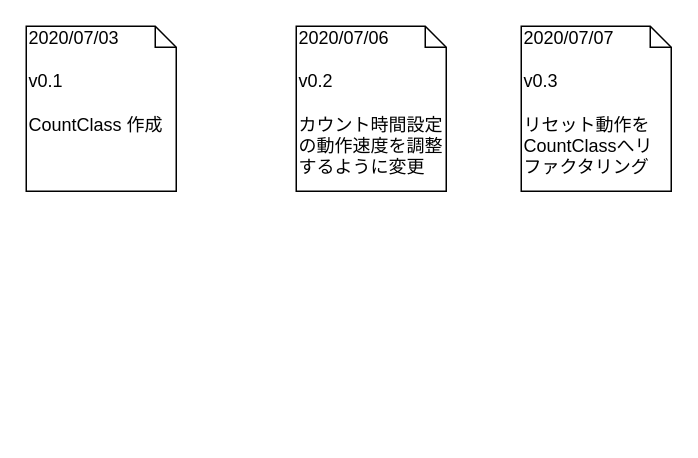
Earlier version of the draw.io diagram page "変更履歴" (7 of 7) of 資料/設計/フローチャート/CountClass/flowchart_CountClass_v0.3.drawio (hakohumi/comp.Kitchen_Timer). Source tidied: cells renumbered, new cells numbered last; positions are measured from the earlier drawing's top-left corner, leaving out a move shared by most shapes. Both pictures are drawn from the tidied source at 150%, with x=0, y=0 at pixel (26, 26).
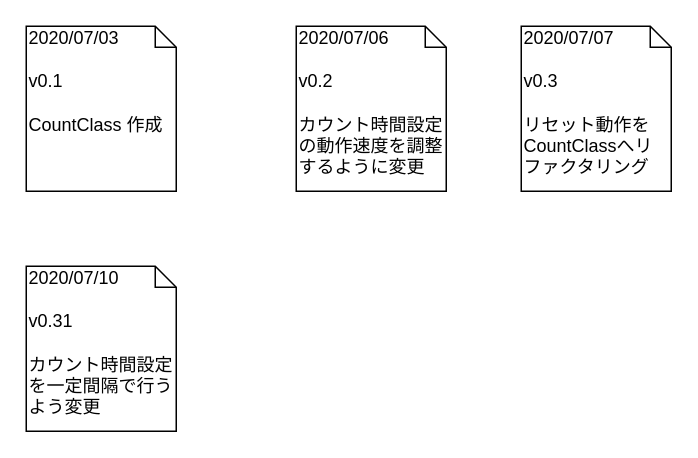
After the change.

Diff of the diagram source:
```diff
@@
 <mxGraphModel>
   <root>
     <mxCell id="0" />
     <mxCell id="1" parent="0" />
     <mxCell id="2" value="2020/07/03&lt;br&gt;&lt;br&gt;v0.1&lt;br&gt;&lt;br&gt;CountClass 作成" style="shape=note;whiteSpace=wrap;html=1;size=14;verticalAlign=top;align=left;spacingTop=-6;" parent="1" vertex="1">
       <mxGeometry width="100" height="110" as="geometry" />
     </mxCell>
     <mxCell id="3" value="2020/07/06&lt;br&gt;&lt;br&gt;v0.2&lt;br&gt;&lt;br&gt;カウント時間設定の動作速度を調整するように変更" style="shape=note;whiteSpace=wrap;html=1;size=14;verticalAlign=top;align=left;spacingTop=-6;" parent="1" vertex="1">
       <mxGeometry x="180" width="100" height="110" as="geometry" />
     </mxCell>
     <mxCell id="4" value="2020/07/07&lt;br&gt;&lt;br&gt;v0.3&lt;br&gt;&lt;br&gt;リセット動作を&lt;br&gt;CountClassへリファクタリング" style="shape=note;whiteSpace=wrap;html=1;size=14;verticalAlign=top;align=left;spacingTop=-6;" parent="1" vertex="1">
       <mxGeometry x="330" width="100" height="110" as="geometry" />
     </mxCell>
+    <mxCell id="5" value="2020/07/10&lt;br&gt;&lt;br&gt;v0.31&lt;br&gt;&lt;br&gt;カウント時間設定を一定間隔で行うよう変更" style="shape=note;whiteSpace=wrap;html=1;size=14;verticalAlign=top;align=left;spacingTop=-6;" parent="1" vertex="1">
+      <mxGeometry y="160" width="100" height="110" as="geometry" />
+    </mxCell>
   </root>
 </mxGraphModel>
```
